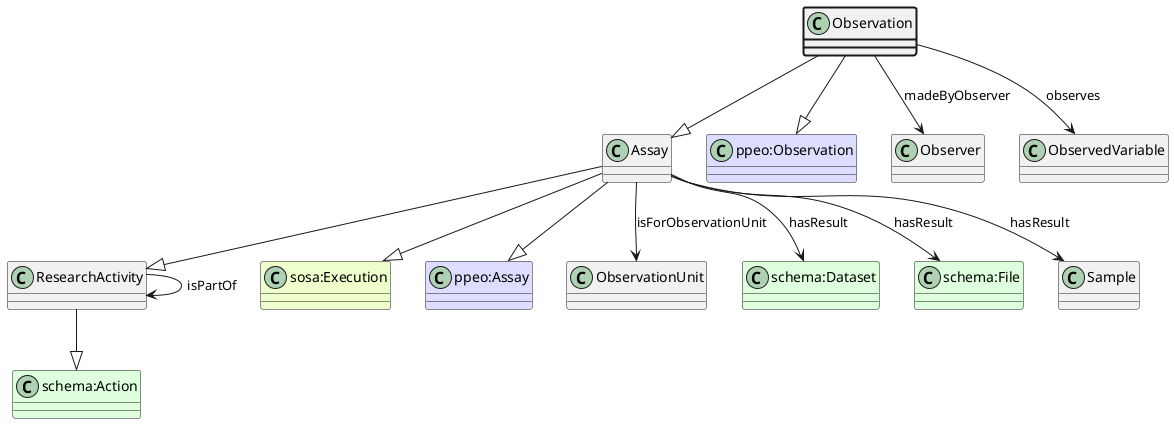
Before: ttl_uml/ttl_appn_Observation.png, a diagram exported from PlantUML (aus-plant-phenomics-network/appn-schema).
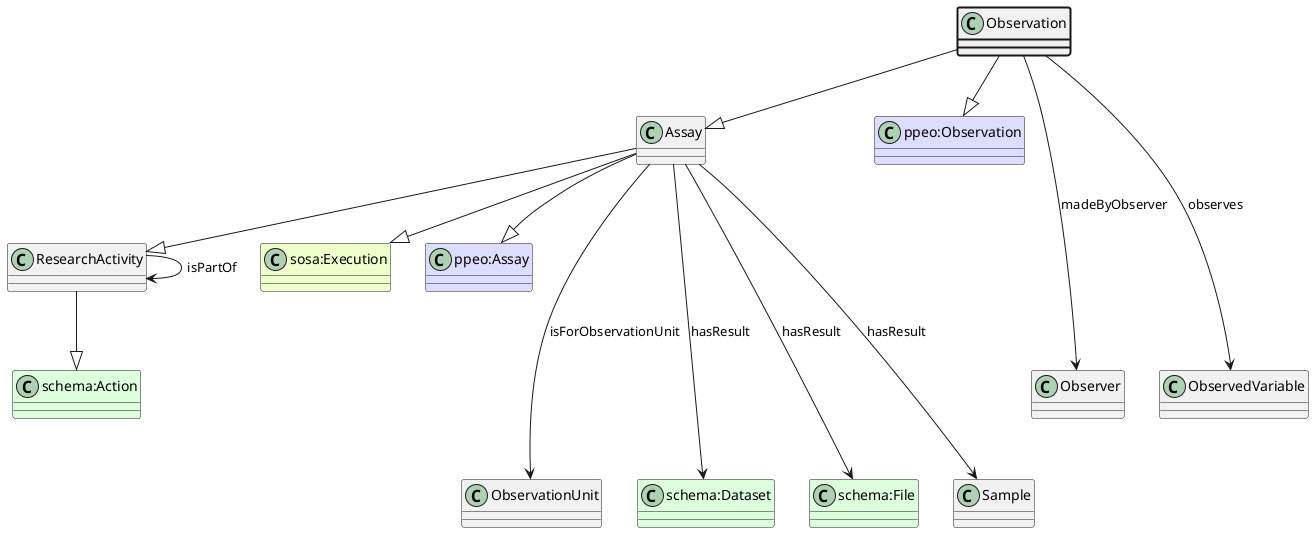
After the change.

The edit, as a diff of the source:
```diff
@@ -5,25 +5,25 @@
 class "schema:Action" #DDFFDD
 ResearchActivity --|> "schema:Action"
 class ResearchActivity
-ResearchActivity --> ResearchActivity : isPartOf
+ResearchActivity ----> ResearchActivity : isPartOf
 Assay --|> ResearchActivity
 class "sosa:Execution" #EEFFCC
 Assay --|> "sosa:Execution"
 class "ppeo:Assay" #DDDDFF
 Assay --|> "ppeo:Assay"
 class ObservationUnit
-Assay --> ObservationUnit : isForObservationUnit
+Assay ----> ObservationUnit : isForObservationUnit
 class "schema:Dataset" #DDFFDD
-Assay --> "schema:Dataset" : hasResult
+Assay ----> "schema:Dataset" : hasResult
 class "schema:File" #DDFFDD
-Assay --> "schema:File" : hasResult
+Assay ----> "schema:File" : hasResult
 class Sample
-Assay --> Sample : hasResult
+Assay ----> Sample : hasResult
 Observation --|> Assay
 class "ppeo:Observation" #DDDDFF
 Observation --|> "ppeo:Observation"
 class Observer
-Observation --> Observer : madeByObserver
+Observation ----> Observer : madeByObserver
 class ObservedVariable
-Observation --> ObservedVariable : observes
+Observation ----> ObservedVariable : observes
 @enduml
```
